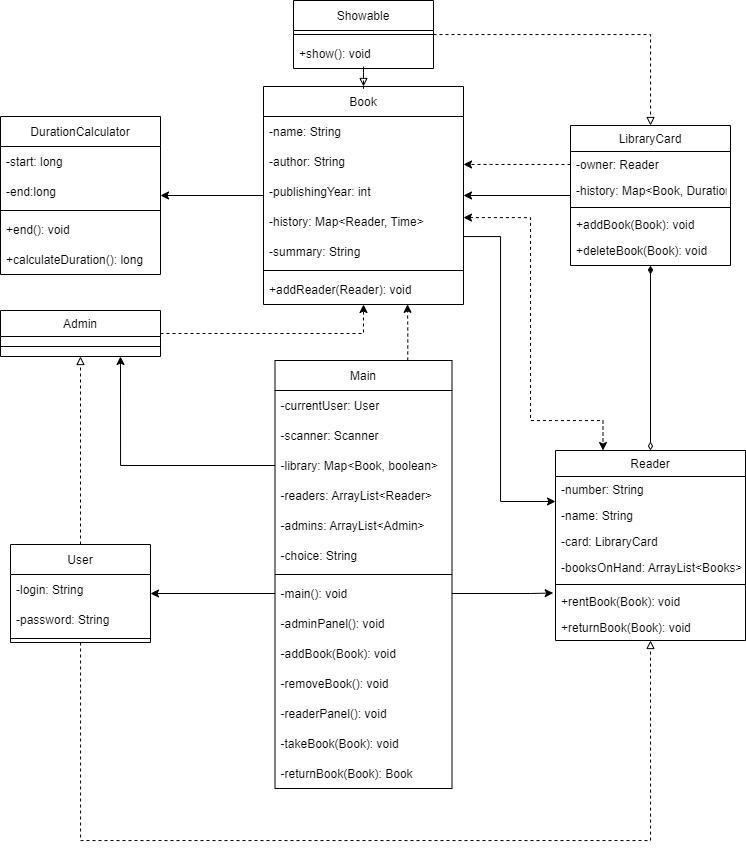
Above: Class UML diagram.png in N2749/OOP_Lab8 (draw.io), before the change. Source tidied: cells renumbered, new cells last; positions are measured from the earlier drawing's top-left corner, leaving out a move shared by most shapes.
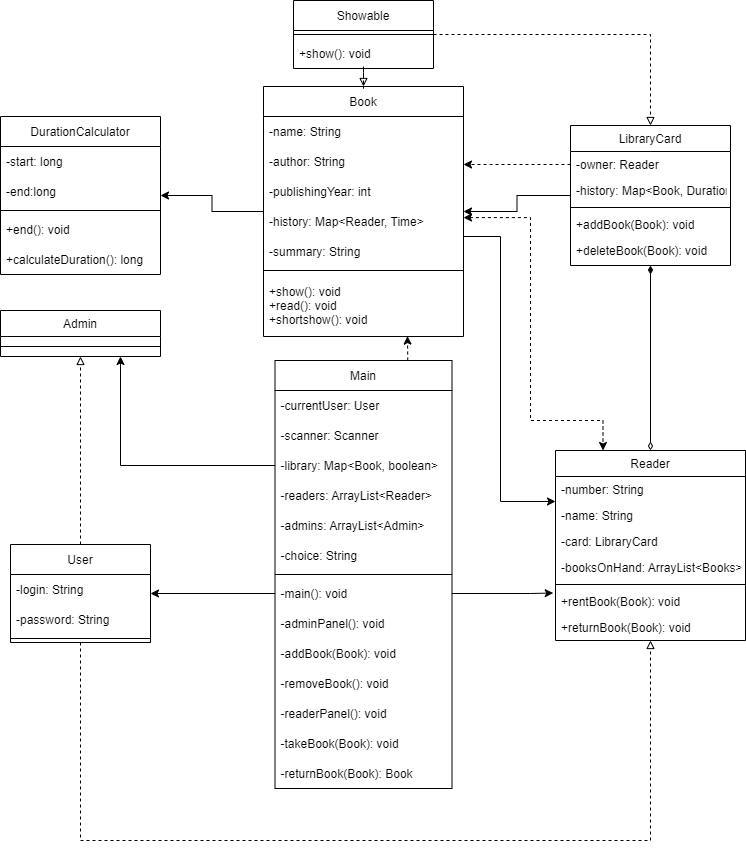
The same diagram one commit later.

Commit message:
Changed UML diagram

Change to the diagram source:
```diff
@@ -29,9 +29,6 @@
     <mxCell id="10" value="+returnBook(Book): void" style="text;align=left;verticalAlign=top;spacingLeft=4;spacingRight=4;overflow=hidden;" parent="3" vertex="1">
       <mxGeometry y="164" width="190" height="26" as="geometry" />
     </mxCell>
-    <mxCell id="11" style="edgeStyle=orthogonalEdgeStyle;rounded=0;jettySize=auto;html=1;endArrow=classic;endFill=1;dashed=1;" parent="1" edge="1" source="12" target="16">
-      <mxGeometry relative="1" as="geometry" />
-    </mxCell>
     <mxCell id="12" value="Admin" style="swimlane;fontStyle=0;align=center;verticalAlign=top;horizontal=1;startSize=26;rounded=0;shadow=0;strokeWidth=1;" parent="1" vertex="1">
       <mxGeometry y="310" width="160" height="46" as="geometry" />
     </mxCell>
@@ -50,7 +47,7 @@
       <mxGeometry relative="1" as="geometry" />
     </mxCell>
     <mxCell id="16" value="Book" style="swimlane;fontStyle=0;horizontal=1;startSize=30;" parent="1" vertex="1">
-      <mxGeometry x="263" y="86" width="200" height="218" as="geometry" />
+      <mxGeometry x="263" y="86" width="200" height="250" as="geometry" />
     </mxCell>
     <mxCell id="17" value="-name: String" style="text;strokeColor=none;fillColor=none;align=left;verticalAlign=middle;spacingLeft=4;spacingRight=4;overflow=hidden;" parent="16" vertex="1">
       <mxGeometry y="30" width="200" height="30" as="geometry" />
@@ -70,8 +67,8 @@
     <mxCell id="22" style="line;html=1;strokeWidth=1;align=left;verticalAlign=middle;spacingTop=-1;spacingLeft=3;spacingRight=3;labelPosition=right;" parent="16" vertex="1">
       <mxGeometry y="180" width="200" height="8" as="geometry" />
     </mxCell>
-    <mxCell id="23" value="+addReader(Reader): void" style="text;strokeColor=none;fillColor=none;align=left;verticalAlign=middle;spacingLeft=4;spacingRight=4;overflow=hidden;points=[[0,0.5],[1,0.5]];portConstraint=eastwest;" parent="16" vertex="1">
-      <mxGeometry y="188" width="200" height="30" as="geometry" />
+    <mxCell id="23" value="+show(): void&#10;+read(): void&#10;+shortshow(): void" style="text;strokeColor=none;fillColor=none;align=left;verticalAlign=middle;spacingLeft=4;spacingRight=4;overflow=hidden;points=[[0,0.5],[1,0.5]];portConstraint=eastwest;" parent="16" vertex="1">
+      <mxGeometry y="188" width="200" height="62" as="geometry" />
     </mxCell>
     <mxCell id="24" value="DurationCalculator" style="swimlane;fontStyle=0;horizontal=1;startSize=30;" parent="1" vertex="1">
       <mxGeometry y="116" width="160" height="158" as="geometry" />
```
